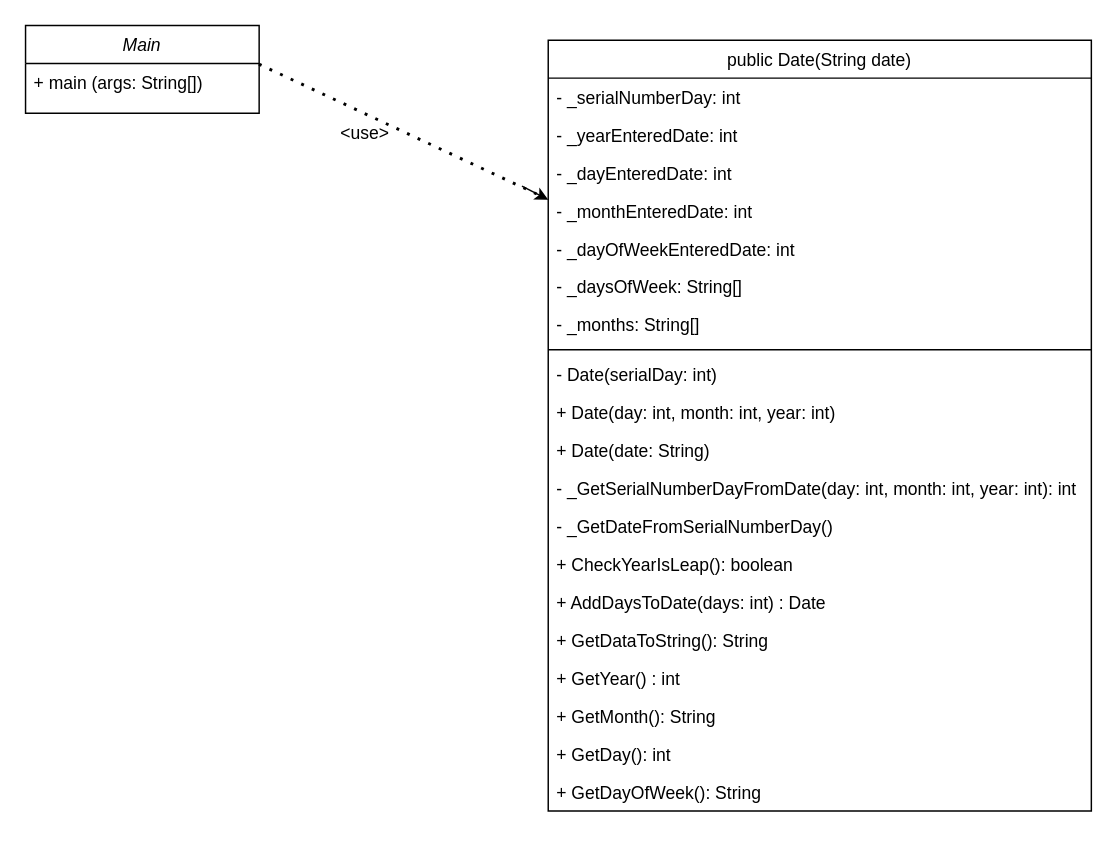
IsaevAlexGit/Test keeps this draw.io diagram as Untitled Diagram.drawio. Above is the earlier version. Source tidied: cells renumbered, new cells numbered last; positions are measured from the earlier drawing's top-left corner, leaving out a move shared by most shapes. Both pictures are drawn from the tidied source at 146%, with x=0, y=0 at pixel (25, 25).
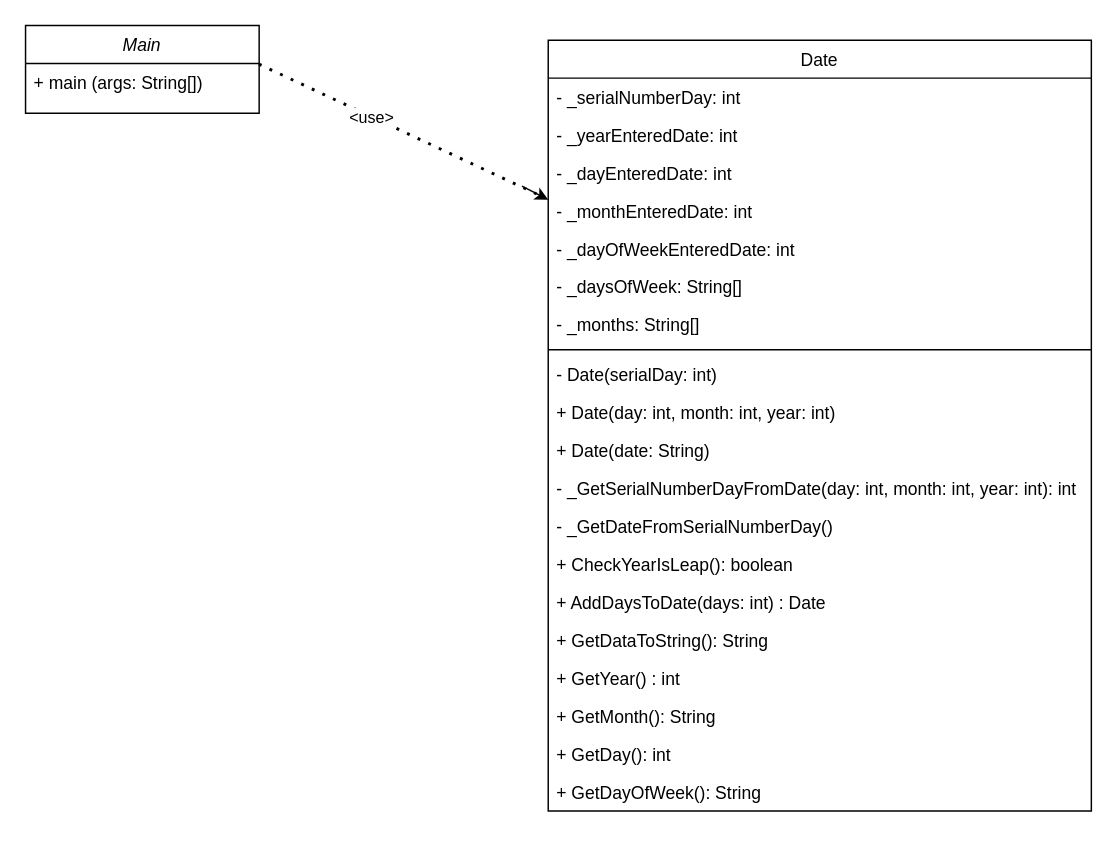
The same page after the edit.

The change refers to these unchanged cells:
```xml
<mxCell id="25" style="endArrow=none;dashed=1;html=1;dashPattern=1 3;strokeWidth=2;entryX=-0.007;entryY=0.148;entryDx=0;entryDy=0;entryPerimeter=0;exitX=0.999;exitY=0.016;exitDx=0;exitDy=0;exitPerimeter=0;" parent="1" edge="1" source="3" target="8">
  <mxGeometry relative="1" as="geometry" />
</mxCell>
```

Change to the diagram source:
```diff
@@
-    <mxCell id="4" value="public Date(String date)" style="swimlane;fontStyle=0;align=center;verticalAlign=top;horizontal=1;startSize=26;rounded=0;shadow=0;strokeWidth=1;" parent="1" vertex="1">
+    <mxCell id="4" value="Date" style="swimlane;fontStyle=0;align=center;verticalAlign=top;horizontal=1;startSize=26;rounded=0;shadow=0;strokeWidth=1;" parent="1" vertex="1">
       <mxGeometry x="358" y="10" width="372" height="528" as="geometry" />
     </mxCell>
@@
-    <mxCell id="26" value="&lt;use&gt;" style="text;strokeColor=none;fillColor=none;align=left;verticalAlign=top;spacingLeft=4;spacingRight=4;overflow=hidden;" parent="1" vertex="1">
-      <mxGeometry x="210" y="60" width="60" height="26" as="geometry" />
-    </mxCell>
+    <mxCell id="28" value="&amp;lt;use&amp;gt;" style="edgeLabel;html=1;align=center;verticalAlign=middle;" parent="25" vertex="1">
+      <mxGeometry x="-0.21" relative="1" as="geometry" />
+    </mxCell>
```
